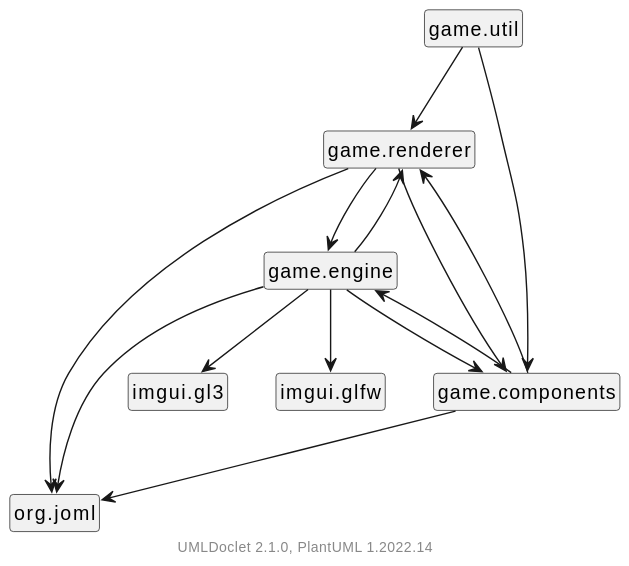
This is doc/javadoc/package-dependencies.svg from Hirschiii/JavaGameEngine, a PlantUML export, as it was before one commit. Source of this version:
```plantuml
@startuml
    skinparam backgroundcolor transparent
    set namespaceSeparator none
    hide circle
    hide empty fields
    hide empty methods

    game.renderer --> org.joml
    game.renderer --> game.engine
    game.renderer --> game.components
    game.util --> game.renderer
    game.util --> game.components
    game.components --> game.engine
    game.components --> org.joml
    game.components --> game.renderer
    game.engine --> org.joml
    game.engine --> game.components
    game.engine --> game.renderer
    game.engine --> imgui.gl3
    game.engine --> imgui.glfw

    class "game.renderer" [[game/renderer/package-summary.html]] {
    }
    class "game.engine" [[game/engine/package-summary.html]] {
    }
    class "game.components" [[game/components/package-summary.html]] {
    }
    class "game.util" [[game/util/package-summary.html]] {
    }

    center footer UMLDoclet 2.1.0, PlantUML %version()
@enduml
```
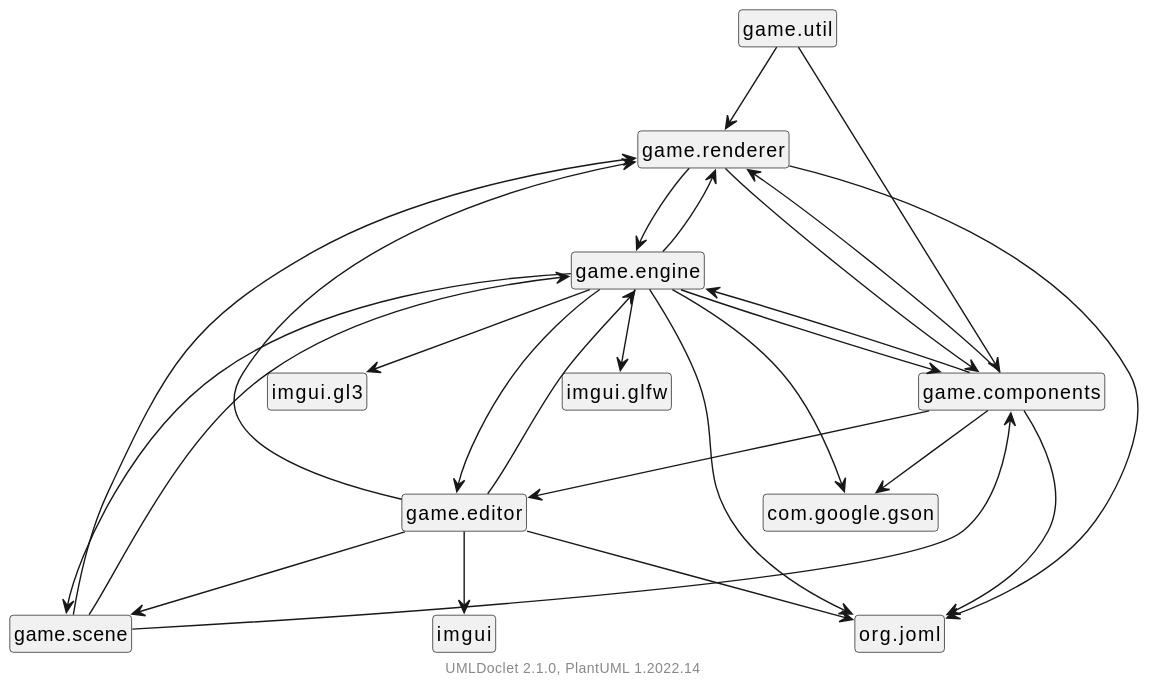
Above is the later version.

The edit, as a diff of the source:
```diff
@@ -10,14 +10,27 @@
     game.renderer --> game.components
     game.util --> game.renderer
     game.util --> game.components
+    game.components --> org.joml
     game.components --> game.engine
-    game.components --> org.joml
     game.components --> game.renderer
+    game.components --> game.editor
+    game.components --> com.google.gson
+    game.scene --> game.components
+    game.scene --> game.engine
+    game.scene --> game.renderer
     game.engine --> org.joml
+    game.engine --> game.renderer
+    game.engine --> game.scene
     game.engine --> game.components
-    game.engine --> game.renderer
     game.engine --> imgui.gl3
     game.engine --> imgui.glfw
+    game.engine --> game.editor
+    game.engine --> com.google.gson
+    game.editor --> org.joml
+    game.editor --> game.engine
+    game.editor --> game.renderer
+    game.editor --> game.scene
+    game.editor --> imgui
 
     class "game.renderer" [[game/renderer/package-summary.html]] {
     }
@@ -27,6 +40,10 @@
     }
     class "game.util" [[game/util/package-summary.html]] {
     }
+    class "game.editor" [[game/editor/package-summary.html]] {
+    }
+    class "game.scene" [[game/scene/package-summary.html]] {
+    }
 
     center footer UMLDoclet 2.1.0, PlantUML %version()
 @enduml
```
